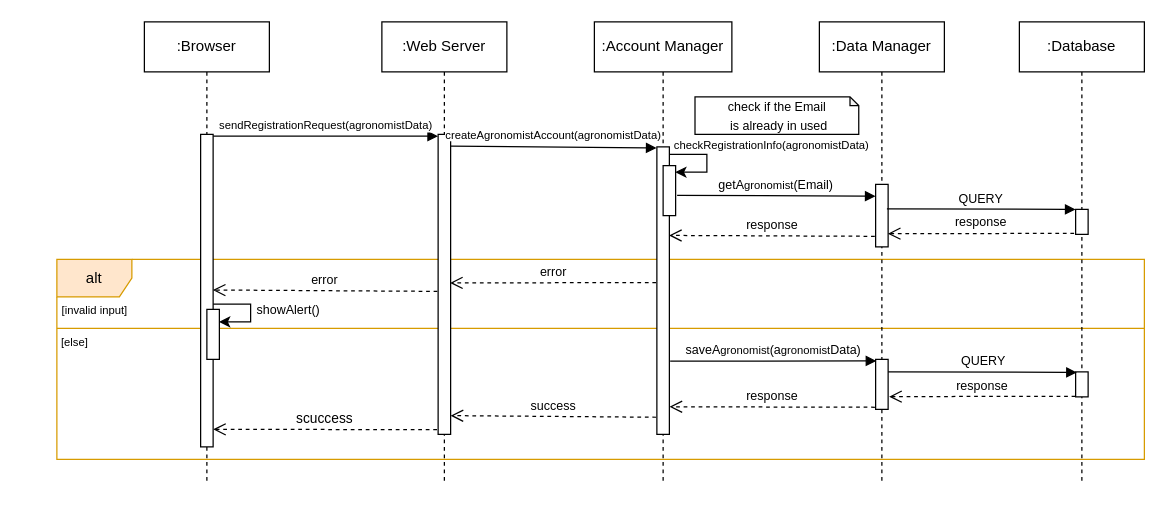
Above: page "A-registration" (9 of 18) of DD/UML/Runtime.drawio in ictar/DREAM-SE2-Project-2022 (draw.io), before the change. Source tidied: cells renumbered, new cells numbered last; positions are measured from the earlier drawing's top-left corner, leaving out a move shared by most shapes. Both pictures are drawn from the tidied source at 125%, with x=0, y=0 at pixel (21, 21).
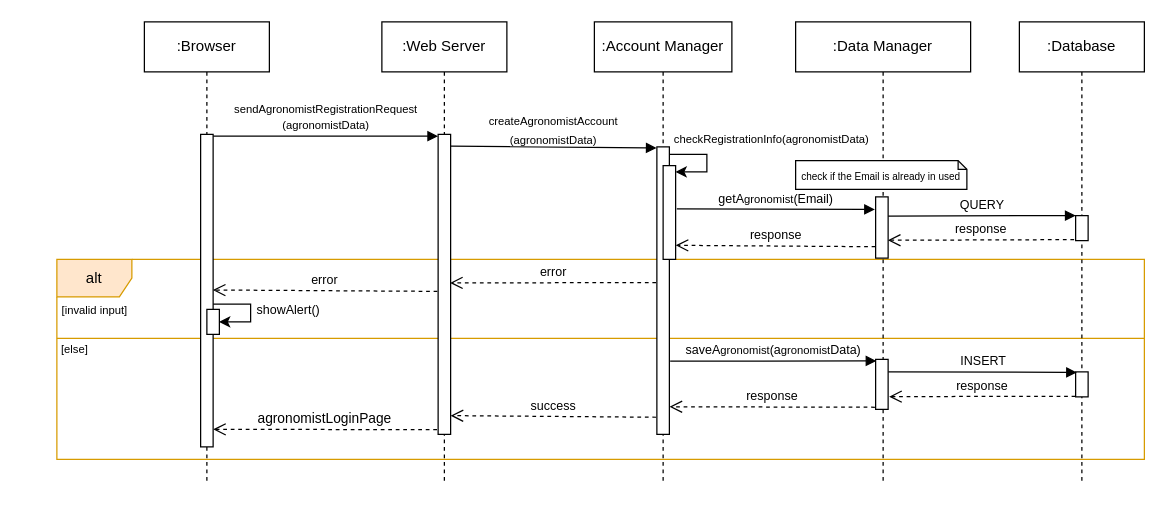
The same page after the edit.

The change refers to these unchanged cells:
```xml
<mxCell id="6" style="html=1;points=[];perimeter=orthogonalPerimeter;" parent="5" vertex="1">
  <mxGeometry x="45" y="90" width="10" height="240" as="geometry" />
</mxCell>
<mxCell id="9" style="html=1;points=[];perimeter=orthogonalPerimeter;" parent="1" vertex="1">
  <mxGeometry x="143" y="90" width="10" height="250" as="geometry" />
</mxCell>
<mxCell id="11" value=":Account Manager" style="shape=umlLifeline;perimeter=lifelinePerimeter;whiteSpace=wrap;html=1;" parent="1" vertex="1">
  <mxGeometry x="458" width="110" height="370" as="geometry" />
</mxCell>
<mxCell id="12" style="html=1;points=[];perimeter=orthogonalPerimeter;" parent="11" vertex="1">
  <mxGeometry x="50" y="100" width="10" height="230" as="geometry" />
</mxCell>
<mxCell id="19" value=":Database" style="shape=umlLifeline;perimeter=lifelinePerimeter;whiteSpace=wrap;html=1;" parent="1" vertex="1">
  <mxGeometry x="798" width="100" height="370" as="geometry" />
</mxCell>
```

The edit, as a diff of the source:
```diff
@@
+    <mxCell id="3" value="alt" style="shape=umlFrame;whiteSpace=wrap;html=1;fillColor=#ffe6cc;strokeColor=#d79b00;" parent="1" vertex="1">
+      <mxGeometry x="28" y="190" width="870" height="160" as="geometry" />
+    </mxCell>
-    <mxCell id="2" style="endArrow=none;html=1;rounded=0;fontSize=9;exitX=0;exitY=0.345;exitDx=0;exitDy=0;exitPerimeter=0;entryX=1;entryY=0.345;entryDx=0;entryDy=0;entryPerimeter=0;fillColor=#ffe6cc;strokeColor=#d79b00;" parent="1" edge="1" source="3" target="3">
-      <mxGeometry relative="1" as="geometry" />
+    <mxCell id="2" style="endArrow=none;html=1;rounded=0;fontSize=9;exitX=0;exitY=0.345;exitDx=0;exitDy=0;exitPerimeter=0;entryX=1;entryY=0.345;entryDx=0;entryDy=0;entryPerimeter=0;fillColor=#ffe6cc;strokeColor=#d79b00;" parent="1" edge="1">
+      <mxGeometry relative="1" as="geometry">
+        <mxPoint x="28" y="253.2" as="sourcePoint" />
+        <mxPoint x="898" y="253.2" as="targetPoint" />
+      </mxGeometry>
     </mxCell>
-    <mxCell id="3" value="alt" style="shape=umlFrame;whiteSpace=wrap;html=1;fillColor=#ffe6cc;strokeColor=#d79b00;" parent="1" vertex="1">
-      <mxGeometry x="28" y="190" width="870" height="160" as="geometry" />
-    </mxCell>
@@
-    <mxCell id="7" value="&lt;font style=&quot;font-size: 9px&quot;&gt;sendRegistrationRequest(agronomistData)&lt;/font&gt;" style="html=1;verticalAlign=bottom;endArrow=block;rounded=0;entryX=-0.005;entryY=0.006;entryDx=0;entryDy=0;entryPerimeter=0;" parent="1" edge="1" source="9" target="6">
+    <mxCell id="7" value="&lt;font style=&quot;font-size: 9px&quot;&gt;sendAgronomistRegistrationRequest&lt;br&gt;(agronomistData)&lt;/font&gt;" style="html=1;verticalAlign=bottom;endArrow=block;rounded=0;entryX=-0.005;entryY=0.006;entryDx=0;entryDy=0;entryPerimeter=0;" parent="1" edge="1" source="9" target="6">
       <mxGeometry relative="1" as="geometry" />
     </mxCell>
-    <mxCell id="8" value="scuccess" style="html=1;verticalAlign=bottom;endArrow=open;dashed=1;endSize=8;exitX=-0.09;exitY=0.822;rounded=0;exitDx=0;exitDy=0;exitPerimeter=0;" parent="1" edge="1">
+    <mxCell id="8" value="agronomistLoginPage" style="html=1;verticalAlign=bottom;endArrow=open;dashed=1;endSize=8;exitX=-0.09;exitY=0.822;rounded=0;exitDx=0;exitDy=0;exitPerimeter=0;" parent="1" edge="1">
       <mxGeometry relative="1" as="geometry">
         <mxPoint x="332.1" y="326.2" as="sourcePoint" />
         <mxPoint x="153" y="326" as="targetPoint" />
       </mxGeometry>
     </mxCell>
@@
     <mxCell id="13" style="html=1;points=[];perimeter=orthogonalPerimeter;" parent="11" vertex="1">
-      <mxGeometry x="55" y="115" width="10" height="40" as="geometry" />
+      <mxGeometry x="55" y="115" width="10" height="75" as="geometry" />
     </mxCell>
-    <mxCell id="14" style="endArrow=classic;html=1;rounded=0;fontSize=9;entryX=0.978;entryY=0.131;entryDx=0;entryDy=0;entryPerimeter=0;edgeStyle=orthogonalEdgeStyle;endFill=1;" parent="11" edge="1" source="12" target="13">
+    <mxCell id="14" style="endArrow=classic;html=1;rounded=0;fontSize=9;edgeStyle=orthogonalEdgeStyle;endFill=1;" parent="11" edge="1" source="12">
       <mxGeometry relative="1" as="geometry">
+        <mxPoint x="65" y="120" as="targetPoint" />
         <Array as="points">
           <mxPoint x="90" y="106" />
           <mxPoint x="90" y="120" />
           <mxPoint x="65" y="120" />
         </Array>
       </mxGeometry>
     </mxCell>
     <mxCell id="15" value=":Data Manager" style="shape=umlLifeline;perimeter=lifelinePerimeter;whiteSpace=wrap;html=1;" parent="1" vertex="1">
-      <mxGeometry x="638" width="100" height="370" as="geometry" />
+      <mxGeometry x="619" width="140" height="370" as="geometry" />
     </mxCell>
-    <mxCell id="16" style="html=1;points=[];perimeter=orthogonalPerimeter;" parent="15" vertex="1">
-      <mxGeometry x="45" y="130" width="10" height="50" as="geometry" />
-    </mxCell>
-    <mxCell id="17" style="html=1;points=[];perimeter=orthogonalPerimeter;" parent="15" vertex="1">
-      <mxGeometry x="45" y="270" width="10" height="40" as="geometry" />
-    </mxCell>
-    <mxCell id="18" value="&lt;font size=&quot;1&quot;&gt;getA&lt;/font&gt;&lt;span style=&quot;font-size: 9px&quot;&gt;gronomist&lt;/span&gt;&lt;font size=&quot;1&quot;&gt;(Email)&lt;/font&gt;" style="html=1;verticalAlign=bottom;endArrow=block;rounded=0;entryX=-0.107;entryY=0.51;entryDx=0;entryDy=0;entryPerimeter=0;exitX=1.015;exitY=0.742;exitDx=0;exitDy=0;exitPerimeter=0;" parent="15" edge="1">
-      <mxGeometry relative="1" as="geometry">
-        <mxPoint x="-113.8" y="138.7" as="sourcePoint" />
-        <mxPoint x="45" y="139.5" as="targetPoint" />
-      </mxGeometry>
-    </mxCell>
@@
     <mxCell id="20" style="html=1;perimeter=orthogonalPerimeter;" parent="19" vertex="1">
-      <mxGeometry x="45" y="150" width="10" height="20" as="geometry" />
+      <mxGeometry x="45" y="155" width="10" height="20" as="geometry" />
     </mxCell>
@@
-    <mxCell id="22" value="&lt;font size=&quot;1&quot;&gt;QUERY&lt;/font&gt;" style="html=1;verticalAlign=bottom;endArrow=block;rounded=0;entryX=-0.107;entryY=0.51;entryDx=0;entryDy=0;entryPerimeter=0;exitX=0.903;exitY=0.393;exitDx=0;exitDy=0;exitPerimeter=0;" parent="19" edge="1" source="16">
+    <mxCell id="22" value="&lt;font size=&quot;1&quot;&gt;QUERY&lt;/font&gt;" style="html=1;verticalAlign=bottom;endArrow=block;rounded=0;entryX=-0.107;entryY=0.51;entryDx=0;entryDy=0;entryPerimeter=0;exitX=0.903;exitY=0.393;exitDx=0;exitDy=0;exitPerimeter=0;" parent="19" edge="1">
       <mxGeometry relative="1" as="geometry">
-        <mxPoint x="45" y="150" as="targetPoint" />
+        <mxPoint x="-106" y="155.3" as="sourcePoint" />
+        <mxPoint x="45" y="155" as="targetPoint" />
       </mxGeometry>
     </mxCell>
@@
     <mxCell id="24" value="&lt;span style=&quot;color: rgb(0 , 0 , 0) ; font-family: &amp;#34;helvetica&amp;#34; ; font-style: normal ; font-weight: 400 ; letter-spacing: normal ; text-align: center ; text-indent: 0px ; text-transform: none ; word-spacing: 0px ; background-color: rgb(255 , 255 , 255) ; display: inline ; float: none&quot;&gt;&lt;font style=&quot;font-size: 9px&quot;&gt;checkRegistrationInfo(&lt;span style=&quot;font-family: &amp;#34;helvetica&amp;#34;&quot;&gt;agronomist&lt;/span&gt;Data)&lt;/font&gt;&lt;/span&gt;" style="text;whiteSpace=wrap;html=1;fontSize=9;" parent="1" vertex="1">
-      <mxGeometry x="520" y="87" width="168" height="20" as="geometry" />
+      <mxGeometry x="520" y="82" width="168" height="20" as="geometry" />
     </mxCell>
-    <mxCell id="25" value="&lt;font style=&quot;font-size: 10px&quot;&gt;response&lt;/font&gt;" style="html=1;verticalAlign=bottom;endArrow=open;dashed=1;endSize=8;rounded=0;entryX=0.98;entryY=0.789;entryDx=0;entryDy=0;entryPerimeter=0;exitX=-0.021;exitY=1.06;exitDx=0;exitDy=0;exitPerimeter=0;" parent="1" edge="1" target="16">
+    <mxCell id="25" value="&lt;font style=&quot;font-size: 10px&quot;&gt;response&lt;/font&gt;" style="html=1;verticalAlign=bottom;endArrow=open;dashed=1;endSize=8;rounded=0;entryX=0.98;entryY=0.789;entryDx=0;entryDy=0;entryPerimeter=0;exitX=-0.021;exitY=1.06;exitDx=0;exitDy=0;exitPerimeter=0;" parent="1" edge="1">
       <mxGeometry relative="1" as="geometry">
-        <mxPoint x="841.8" y="169.2" as="sourcePoint" />
+        <mxPoint x="841.8" y="174.2" as="sourcePoint" />
+        <mxPoint x="692.8" y="174.7" as="targetPoint" />
       </mxGeometry>
     </mxCell>
-    <mxCell id="26" value="&lt;font style=&quot;font-size: 10px&quot;&gt;response&lt;/font&gt;" style="html=1;verticalAlign=bottom;endArrow=open;dashed=1;endSize=8;rounded=0;exitX=-0.067;exitY=0.831;exitDx=0;exitDy=0;exitPerimeter=0;entryX=0.973;entryY=0.308;entryDx=0;entryDy=0;entryPerimeter=0;" parent="1" edge="1" source="16" target="12">
+    <mxCell id="26" value="&lt;font style=&quot;font-size: 10px&quot;&gt;response&lt;/font&gt;" style="html=1;verticalAlign=bottom;endArrow=open;dashed=1;endSize=8;rounded=0;entryX=1.005;entryY=0.85;entryDx=0;entryDy=0;entryPerimeter=0;exitX=-0.018;exitY=0.814;exitDx=0;exitDy=0;exitPerimeter=0;" parent="1" edge="1" source="16" target="13">
       <mxGeometry relative="1" as="geometry" />
     </mxCell>
@@
     <mxCell id="29" style="html=1;perimeter=orthogonalPerimeter;" parent="1" vertex="1">
-      <mxGeometry x="148" y="230" width="10" height="40" as="geometry" />
+      <mxGeometry x="148" y="230" width="10" height="20" as="geometry" />
     </mxCell>
@@
-    <mxCell id="33" value="&lt;font size=&quot;1&quot;&gt;QUERY&lt;/font&gt;" style="html=1;verticalAlign=bottom;endArrow=block;rounded=0;entryX=-0.107;entryY=0.51;entryDx=0;entryDy=0;entryPerimeter=0;exitX=0.903;exitY=0.393;exitDx=0;exitDy=0;exitPerimeter=0;" parent="1" edge="1">
+    <mxCell id="33" value="&lt;font size=&quot;1&quot;&gt;INSERT&lt;/font&gt;" style="html=1;verticalAlign=bottom;endArrow=block;rounded=0;entryX=-0.107;entryY=0.51;entryDx=0;entryDy=0;entryPerimeter=0;exitX=0.903;exitY=0.393;exitDx=0;exitDy=0;exitPerimeter=0;" parent="1" edge="1">
       <mxGeometry relative="1" as="geometry">
         <mxPoint x="693" y="280" as="sourcePoint" />
         <mxPoint x="844" y="280.4" as="targetPoint" />
       </mxGeometry>
     </mxCell>
@@
     <mxCell id="37" value="&lt;font style=&quot;font-size: 9px&quot;&gt;[else]&lt;/font&gt;" style="text;html=1;strokeColor=none;fillColor=none;align=center;verticalAlign=middle;whiteSpace=wrap;rounded=0;" parent="1" vertex="1">
-      <mxGeometry y="241" width="85" height="30" as="geometry" />
+      <mxGeometry y="246" width="85" height="30" as="geometry" />
     </mxCell>
-    <mxCell id="38" value="&lt;font style=&quot;font-size: 9px ; background-color: rgb(255 , 255 , 255)&quot;&gt;createAgronomistAccount(agronomist&lt;/font&gt;&lt;span lang=&quot;EN-US&quot; style=&quot;font-size: 9px ; background-color: rgb(255 , 255 , 255) ; line-height: 9.63px&quot;&gt;Data&lt;/span&gt;&lt;font style=&quot;font-size: 9px ; background-color: rgb(255 , 255 , 255)&quot;&gt;)&lt;/font&gt;" style="text;html=1;strokeColor=none;fillColor=none;align=center;verticalAlign=middle;whiteSpace=wrap;rounded=0;" parent="1" vertex="1">
-      <mxGeometry x="351.5" y="80" width="146.5" height="20" as="geometry" />
+    <mxCell id="38" value="&lt;font style=&quot;font-size: 9px ; background-color: rgb(255 , 255 , 255)&quot;&gt;createAgronomistAccount&lt;br&gt;(agronomist&lt;/font&gt;&lt;span lang=&quot;EN-US&quot; style=&quot;font-size: 9px ; background-color: rgb(255 , 255 , 255) ; line-height: 9.63px&quot;&gt;Data&lt;/span&gt;&lt;font style=&quot;font-size: 9px ; background-color: rgb(255 , 255 , 255)&quot;&gt;)&lt;/font&gt;" style="text;html=1;strokeColor=none;fillColor=none;align=center;verticalAlign=middle;whiteSpace=wrap;rounded=0;" parent="1" vertex="1">
+      <mxGeometry x="351.5" y="76" width="146.5" height="20" as="geometry" />
     </mxCell>
+    <mxCell id="16" style="html=1;points=[];perimeter=orthogonalPerimeter;" parent="1" vertex="1">
+      <mxGeometry x="683" y="140" width="10" height="49" as="geometry" />
+    </mxCell>
+    <mxCell id="17" style="html=1;points=[];perimeter=orthogonalPerimeter;" parent="1" vertex="1">
+      <mxGeometry x="683" y="270" width="10" height="40" as="geometry" />
+    </mxCell>
+    <mxCell id="18" value="&lt;font size=&quot;1&quot;&gt;getA&lt;/font&gt;&lt;span style=&quot;font-size: 9px&quot;&gt;gronomist&lt;/span&gt;&lt;font size=&quot;1&quot;&gt;(Email)&lt;/font&gt;" style="html=1;verticalAlign=bottom;endArrow=block;rounded=0;exitX=1.095;exitY=0.462;exitDx=0;exitDy=0;exitPerimeter=0;entryX=-0.059;entryY=0.205;entryDx=0;entryDy=0;entryPerimeter=0;" parent="1" edge="1" source="13" target="16">
+      <mxGeometry relative="1" as="geometry" />
+    </mxCell>
-    <mxCell id="39" value="&lt;font style=&quot;font-size: 10px&quot;&gt;check if the Email&lt;br&gt;&amp;nbsp;is already in used&lt;/font&gt;" style="shape=note;whiteSpace=wrap;html=1;backgroundOutline=1;darkOpacity=0.05;size=7;" parent="1" vertex="1">
-      <mxGeometry x="538.5" y="60" width="131" height="30" as="geometry" />
+    <mxCell id="39" value="&lt;font style=&quot;font-size: 8px&quot;&gt;check if the Email is already in used&lt;/font&gt;" style="shape=note;whiteSpace=wrap;html=1;backgroundOutline=1;darkOpacity=0.05;size=7;" parent="1" vertex="1">
+      <mxGeometry x="619" y="111" width="137" height="23" as="geometry" />
     </mxCell>
```
